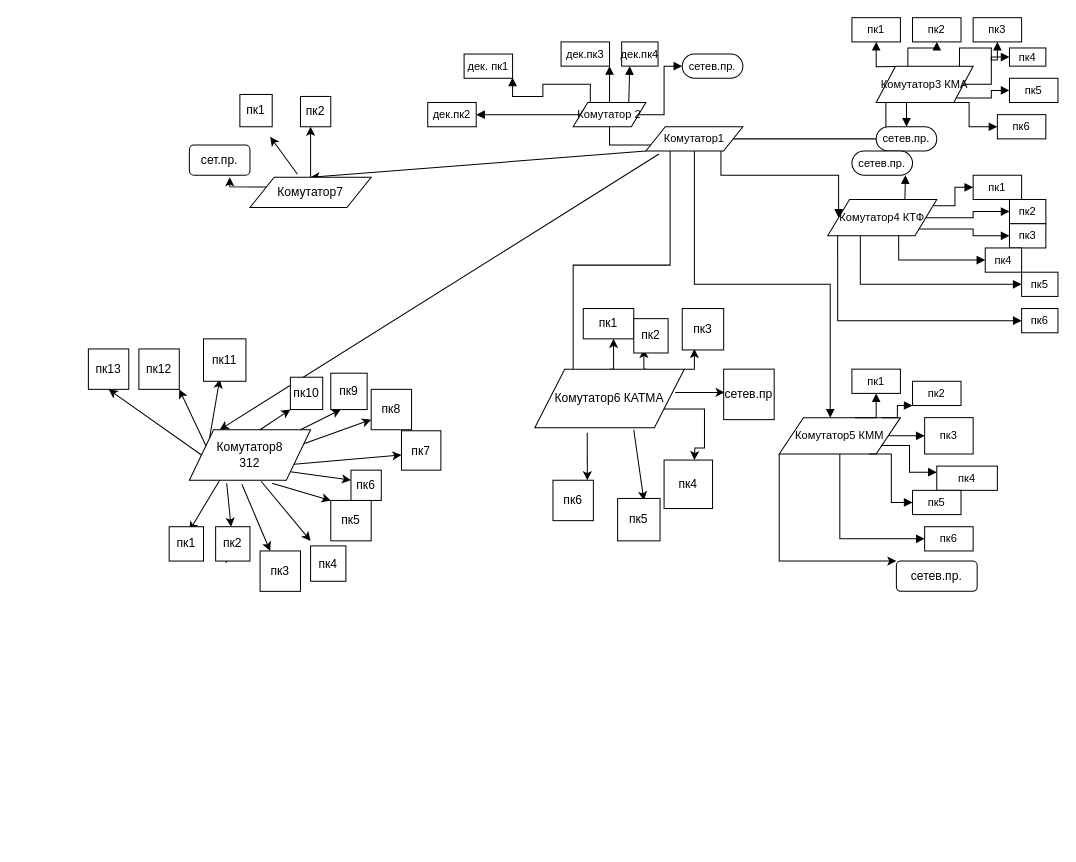
This is Untitled Diagram.drawio from PolinaMaximovna/CompNetworking, a draw.io file, before an edit. Source tidied: cells renumbered, new cells numbered last; positions are measured from the earlier drawing's top-left corner, leaving out a move shared by most shapes. Both pictures are drawn from the tidied source at 101%, with x=0, y=0 at pixel (88, 17).
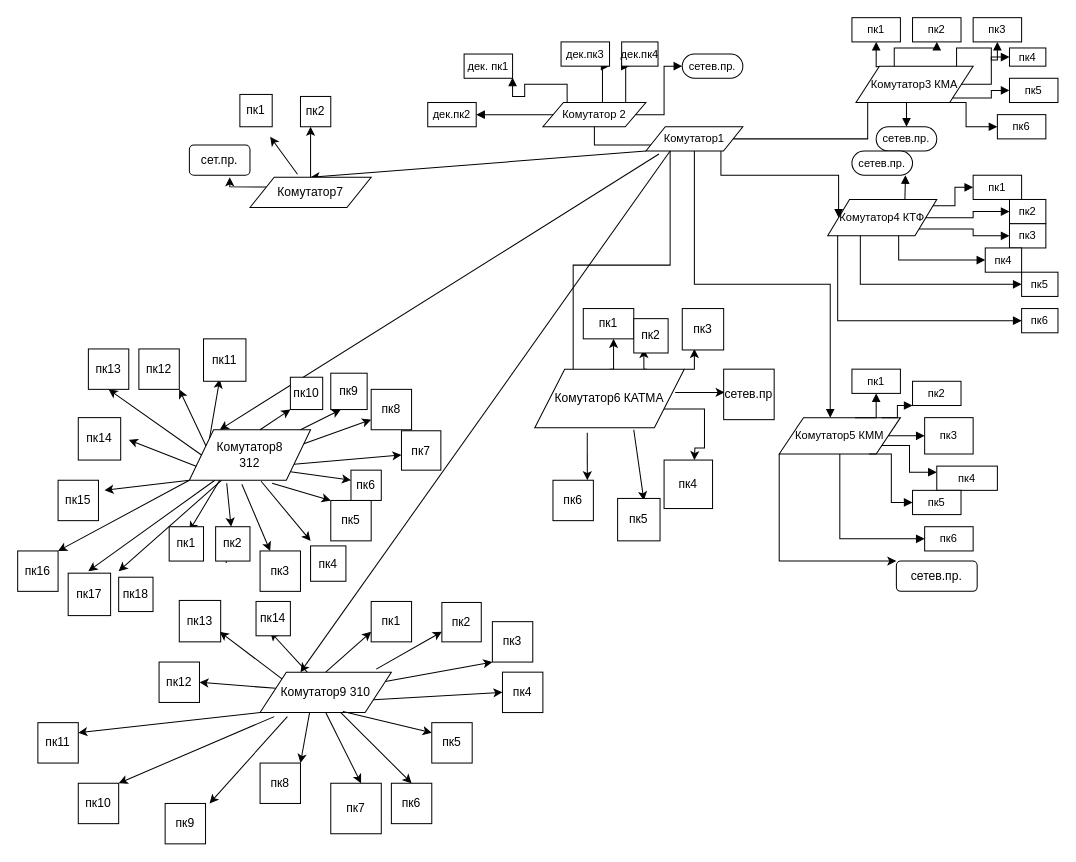
Above is the later version.

The change refers to these unchanged cells:
```xml
<mxCell id="15" value="Комутатор1" style="html=1;whiteSpace=wrap;shape=parallelogram;perimeter=parallelogramPerimeter;anchorPointDirection=0;fontSize=11;fontColor=#000000;spacing=3;strokeOpacity=100;" parent="1" vertex="1">
  <mxGeometry x="552" y="108" width="96" height="24" as="geometry" />
</mxCell>
<mxCell id="90" value="Комутатор8&lt;br&gt;312" style="shape=parallelogram;perimeter=parallelogramPerimeter;whiteSpace=wrap;html=1;" parent="1" vertex="1">
  <mxGeometry x="100" y="408" width="120" height="50" as="geometry" />
</mxCell>
```

What changed in the source:
```diff
@@
     <mxCell id="2" value="Комутатор 2" style="html=1;whiteSpace=wrap;shape=parallelogram;perimeter=parallelogramPerimeter;anchorPointDirection=0;fontSize=11;fontColor=#000000;spacing=3;strokeOpacity=100;" parent="1" vertex="1">
-      <mxGeometry x="480" y="84" width="72" height="24" as="geometry" />
+      <mxGeometry x="450" y="84" width="102" height="24" as="geometry" />
     </mxCell>
@@
     <mxCell id="17" value="Комутатор3 КМА" style="html=1;whiteSpace=wrap;shape=parallelogram;perimeter=parallelogramPerimeter;anchorPointDirection=0;fontSize=11;fontColor=#000000;spacing=3;strokeOpacity=100;" parent="1" vertex="1">
-      <mxGeometry x="780" y="48" width="96" height="36" as="geometry" />
+      <mxGeometry x="760" y="48" width="116" height="36" as="geometry" />
     </mxCell>
@@
+    <mxCell id="118" style="endArrow=classic;html=1;exitX=0;exitY=0.75;exitDx=0;exitDy=0;" parent="1" edge="1" source="90">
+      <mxGeometry relative="1" as="geometry">
+        <mxPoint x="40" y="418" as="targetPoint" />
+      </mxGeometry>
+    </mxCell>
+    <mxCell id="119" value="пк14" style="whiteSpace=wrap;html=1;" parent="1" vertex="1">
+      <mxGeometry x="-10" y="396" width="42" height="42" as="geometry" />
+    </mxCell>
+    <mxCell id="120" style="endArrow=classic;html=1;exitX=0;exitY=1;exitDx=0;exitDy=0;" parent="1" edge="1" source="90">
+      <mxGeometry relative="1" as="geometry">
+        <mxPoint x="16" y="468" as="targetPoint" />
+      </mxGeometry>
+    </mxCell>
+    <mxCell id="121" value="пк15" style="whiteSpace=wrap;html=1;" parent="1" vertex="1">
+      <mxGeometry x="-30" y="458" width="40" height="40" as="geometry" />
+    </mxCell>
+    <mxCell id="122" style="endArrow=classic;html=1;exitX=0;exitY=1;exitDx=0;exitDy=0;" parent="1" edge="1" source="90">
+      <mxGeometry relative="1" as="geometry">
+        <mxPoint x="-30" y="528" as="targetPoint" />
+      </mxGeometry>
+    </mxCell>
+    <mxCell id="123" value="пк16" style="whiteSpace=wrap;html=1;" parent="1" vertex="1">
+      <mxGeometry x="-70" y="528" width="40" height="40" as="geometry" />
+    </mxCell>
+    <mxCell id="124" style="endArrow=classic;html=1;" parent="1" edge="1" source="90">
+      <mxGeometry relative="1" as="geometry">
+        <mxPoint x="30" y="548" as="targetPoint" />
+      </mxGeometry>
+    </mxCell>
+    <mxCell id="125" value="пк18" style="whiteSpace=wrap;html=1;" parent="1" vertex="1">
+      <mxGeometry x="30" y="554" width="34" height="34" as="geometry" />
+    </mxCell>
+    <mxCell id="126" style="endArrow=classic;html=1;" parent="1" edge="1" source="90">
+      <mxGeometry relative="1" as="geometry">
+        <mxPoint y="548" as="targetPoint" />
+      </mxGeometry>
+    </mxCell>
+    <mxCell id="127" value="пк17" style="whiteSpace=wrap;html=1;" parent="1" vertex="1">
+      <mxGeometry x="-20" y="550" width="42" height="42" as="geometry" />
+    </mxCell>
+    <mxCell id="128" style="endArrow=classic;html=1;exitX=0.25;exitY=1;exitDx=0;exitDy=0;" parent="1" edge="1" source="15">
+      <mxGeometry relative="1" as="geometry">
+        <mxPoint x="210" y="648" as="targetPoint" />
+      </mxGeometry>
+    </mxCell>
+    <mxCell id="129" value="Комутатор9 310" style="shape=parallelogram;perimeter=parallelogramPerimeter;whiteSpace=wrap;html=1;" parent="1" vertex="1">
+      <mxGeometry x="170" y="648" width="130" height="40" as="geometry" />
+    </mxCell>
+    <mxCell id="130" style="endArrow=classic;html=1;exitX=0.5;exitY=0;exitDx=0;exitDy=0;" parent="1" edge="1" source="129">
+      <mxGeometry relative="1" as="geometry">
+        <mxPoint x="280" y="608" as="targetPoint" />
+      </mxGeometry>
+    </mxCell>
+    <mxCell id="131" value="пк1" style="whiteSpace=wrap;html=1;" parent="1" vertex="1">
+      <mxGeometry x="280" y="578" width="40" height="40" as="geometry" />
+    </mxCell>
+    <mxCell id="132" style="endArrow=classic;html=1;exitX=0.885;exitY=-0.075;exitDx=0;exitDy=0;exitPerimeter=0;" parent="1" edge="1" source="129">
+      <mxGeometry relative="1" as="geometry">
+        <mxPoint x="350" y="608" as="targetPoint" />
+      </mxGeometry>
+    </mxCell>
+    <mxCell id="133" value="пк2" style="whiteSpace=wrap;html=1;" parent="1" vertex="1">
+      <mxGeometry x="350" y="579" width="39" height="39" as="geometry" />
+    </mxCell>
+    <mxCell id="134" style="endArrow=classic;html=1;" parent="1" edge="1" source="129">
+      <mxGeometry relative="1" as="geometry">
+        <mxPoint x="400" y="638" as="targetPoint" />
+      </mxGeometry>
+    </mxCell>
+    <mxCell id="135" value="пк3" style="whiteSpace=wrap;html=1;" parent="1" vertex="1">
+      <mxGeometry x="400" y="598" width="40" height="40" as="geometry" />
+    </mxCell>
+    <mxCell id="136" style="endArrow=classic;html=1;exitX=1;exitY=0.75;exitDx=0;exitDy=0;" parent="1" edge="1" source="129">
+      <mxGeometry relative="1" as="geometry">
+        <mxPoint x="410" y="668" as="targetPoint" />
+      </mxGeometry>
+    </mxCell>
+    <mxCell id="137" value="пк4" style="whiteSpace=wrap;html=1;" parent="1" vertex="1">
+      <mxGeometry x="410" y="648" width="40" height="40" as="geometry" />
+    </mxCell>
+    <mxCell id="138" style="endArrow=classic;html=1;exitX=0.631;exitY=0.975;exitDx=0;exitDy=0;exitPerimeter=0;" parent="1" edge="1" source="129">
+      <mxGeometry relative="1" as="geometry">
+        <mxPoint x="340" y="708" as="targetPoint" />
+      </mxGeometry>
+    </mxCell>
+    <mxCell id="139" value="пк5" style="whiteSpace=wrap;html=1;" parent="1" vertex="1">
+      <mxGeometry x="340" y="698" width="40" height="40" as="geometry" />
+    </mxCell>
+    <mxCell id="140" style="endArrow=classic;html=1;exitX=0.615;exitY=1;exitDx=0;exitDy=0;exitPerimeter=0;" parent="1" edge="1" source="129">
+      <mxGeometry relative="1" as="geometry">
+        <mxPoint x="320" y="758" as="targetPoint" />
+      </mxGeometry>
+    </mxCell>
+    <mxCell id="141" value="пк6" style="whiteSpace=wrap;html=1;" parent="1" vertex="1">
+      <mxGeometry x="300" y="758" width="40" height="40" as="geometry" />
+    </mxCell>
+    <mxCell id="142" style="endArrow=classic;html=1;exitX=0.5;exitY=1;exitDx=0;exitDy=0;" parent="1" edge="1" source="129">
+      <mxGeometry relative="1" as="geometry">
+        <mxPoint x="270" y="758" as="targetPoint" />
+      </mxGeometry>
+    </mxCell>
+    <mxCell id="143" value="пк7" style="whiteSpace=wrap;html=1;" parent="1" vertex="1">
+      <mxGeometry x="240" y="758" width="50" height="50" as="geometry" />
+    </mxCell>
+    <mxCell id="144" style="endArrow=classic;html=1;exitX=0.377;exitY=1;exitDx=0;exitDy=0;exitPerimeter=0;" parent="1" edge="1" source="129">
+      <mxGeometry relative="1" as="geometry">
+        <mxPoint x="210" y="738" as="targetPoint" />
+      </mxGeometry>
+    </mxCell>
+    <mxCell id="145" value="пк8" style="whiteSpace=wrap;html=1;" parent="1" vertex="1">
+      <mxGeometry x="170" y="738" width="40" height="40" as="geometry" />
+    </mxCell>
+    <mxCell id="146" style="endArrow=classic;html=1;exitX=0.208;exitY=1.1;exitDx=0;exitDy=0;exitPerimeter=0;" parent="1" edge="1" source="129">
+      <mxGeometry relative="1" as="geometry">
+        <mxPoint x="120" y="778" as="targetPoint" />
+      </mxGeometry>
+    </mxCell>
+    <mxCell id="147" value="пк9" style="whiteSpace=wrap;html=1;" parent="1" vertex="1">
+      <mxGeometry x="76" y="778" width="40" height="40" as="geometry" />
+    </mxCell>
+    <mxCell id="148" style="endArrow=classic;html=1;exitX=0.108;exitY=1.1;exitDx=0;exitDy=0;exitPerimeter=0;" parent="1" edge="1" source="129">
+      <mxGeometry relative="1" as="geometry">
+        <mxPoint x="30" y="758" as="targetPoint" />
+      </mxGeometry>
+    </mxCell>
+    <mxCell id="149" value="пк10" style="whiteSpace=wrap;html=1;" parent="1" vertex="1">
+      <mxGeometry x="-10" y="758" width="40" height="40" as="geometry" />
+    </mxCell>
+    <mxCell id="150" style="endArrow=classic;html=1;exitX=0;exitY=1;exitDx=0;exitDy=0;" parent="1" edge="1" source="129">
+      <mxGeometry relative="1" as="geometry">
+        <mxPoint x="-10" y="708" as="targetPoint" />
+      </mxGeometry>
+    </mxCell>
+    <mxCell id="151" value="пк11" style="whiteSpace=wrap;html=1;" parent="1" vertex="1">
+      <mxGeometry x="-50" y="698" width="40" height="40" as="geometry" />
+    </mxCell>
+    <mxCell id="152" style="endArrow=classic;html=1;" parent="1" edge="1" source="129">
+      <mxGeometry relative="1" as="geometry">
+        <mxPoint x="110" y="658" as="targetPoint" />
+      </mxGeometry>
+    </mxCell>
+    <mxCell id="153" value="пк12" style="whiteSpace=wrap;html=1;" parent="1" vertex="1">
+      <mxGeometry x="70" y="638" width="40" height="40" as="geometry" />
+    </mxCell>
+    <mxCell id="154" style="endArrow=classic;html=1;" parent="1" edge="1" source="129">
+      <mxGeometry relative="1" as="geometry">
+        <mxPoint x="180" y="608" as="targetPoint" />
+      </mxGeometry>
+    </mxCell>
+    <mxCell id="155" value="пк14" style="whiteSpace=wrap;html=1;" parent="1" vertex="1">
+      <mxGeometry x="166" y="578" width="34" height="34" as="geometry" />
+    </mxCell>
+    <mxCell id="156" style="endArrow=classic;html=1;exitX=0;exitY=0;exitDx=0;exitDy=0;" parent="1" edge="1" source="129">
+      <mxGeometry relative="1" as="geometry">
+        <mxPoint x="130" y="608" as="targetPoint" />
+      </mxGeometry>
+    </mxCell>
+    <mxCell id="157" value="пк13" style="whiteSpace=wrap;html=1;" parent="1" vertex="1">
+      <mxGeometry x="90" y="577" width="41" height="41" as="geometry" />
+    </mxCell>
```
